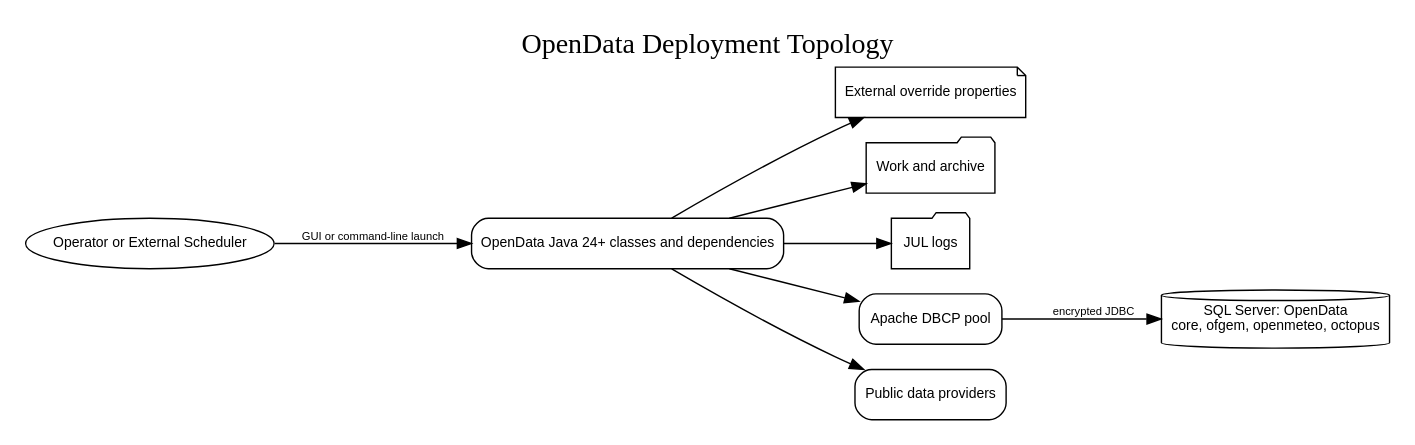
Above: docs/diagrams/generated/sql-server-deployment.svg in TerryCurranZellis/OpenData (PlantUML), before the change. Its source is kept beside it as docs/diagrams/source/sql-server-deployment.puml. The source it was exported from:
```plantuml
@startuml
!pragma layout smetana
title OpenData Deployment Topology

actor "Operator or External Scheduler" as Operator
node "Execution Host" {
  artifact "OpenData Java 24+ classes and dependencies" as Application
  file "External override properties" as Config
  folder "Work and archive" as Files
  folder "JUL logs" as Logs
  component "Apache DBCP pool" as Pool
}

cloud "Public data providers" as Providers
database "SQL Server: OpenData\ncore, ofgem, openmeteo" as Database

Operator --> Application : GUI or command-line launch
Application --> Config : read
Application --> Files
Application --> Logs
Application --> Providers : HTTPS
Application --> Pool
Pool --> Database : encrypted JDBC
@enduml
```
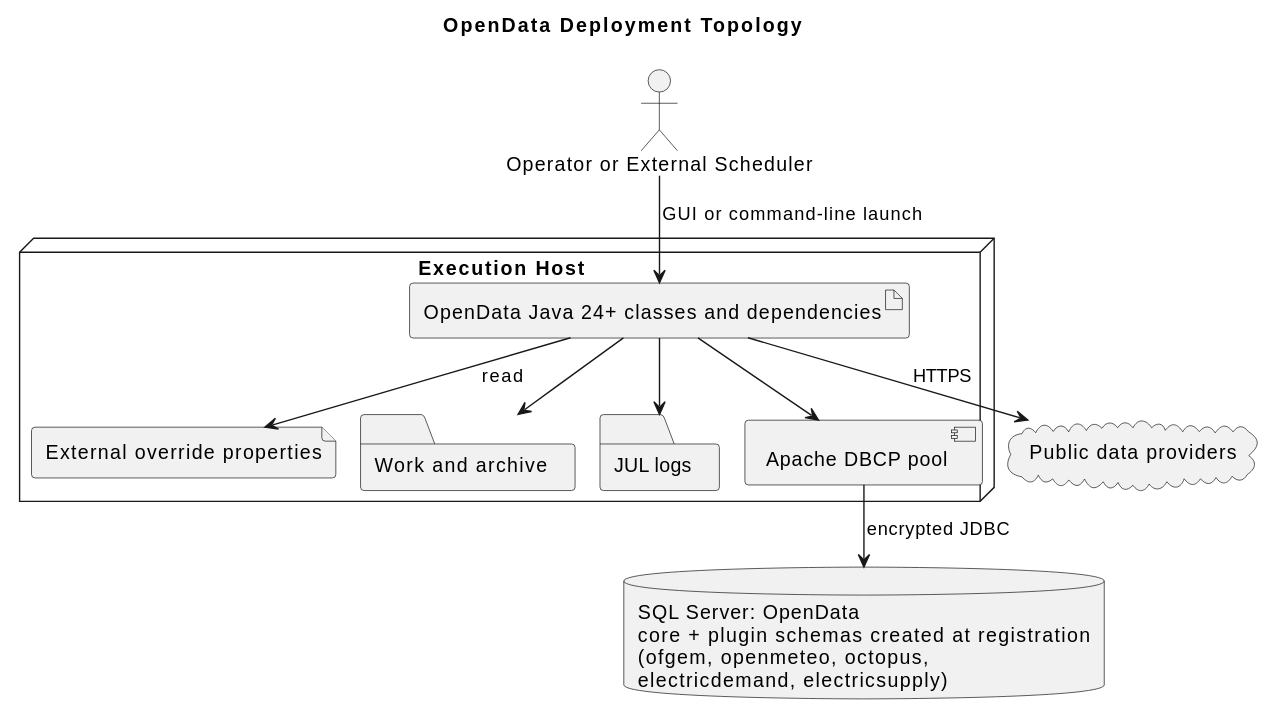
After the change.

Change to the diagram source:
```diff
@@ -12,7 +12,7 @@
 }
 
 cloud "Public data providers" as Providers
-database "SQL Server: OpenData\ncore, ofgem, openmeteo" as Database
+database "SQL Server: OpenData\ncore + plugin schemas created at registration\n(ofgem, openmeteo, octopus,\nelectricdemand, electricsupply)" as Database
 
 Operator --> Application : GUI or command-line launch
 Application --> Config : read
```
